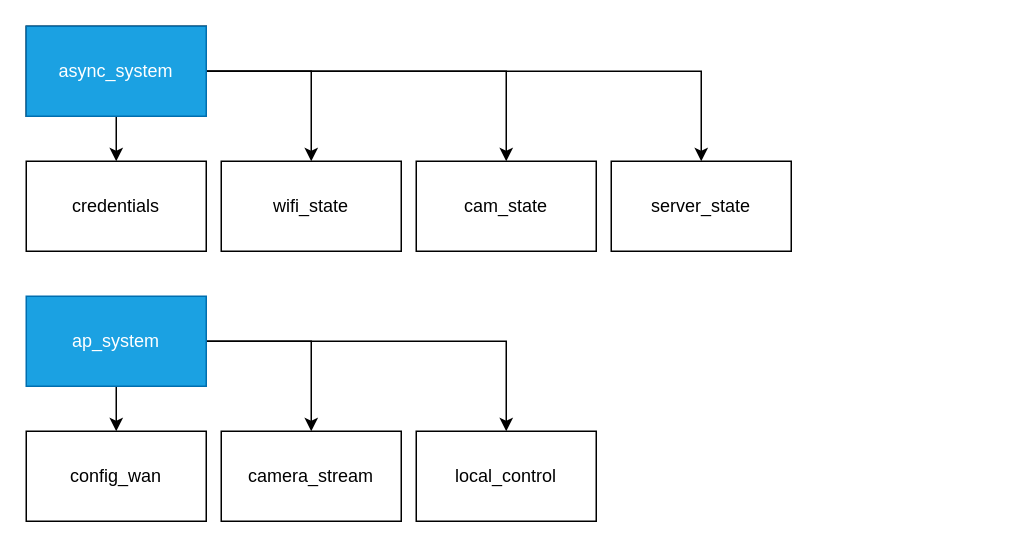
Before: design_files/asmon2021.drawio in marsex/workbench, a draw.io diagram. Source tidied: cells renumbered, new cells numbered last; positions are measured from the earlier drawing's top-left corner, leaving out a move shared by most shapes. Both pictures are drawn from the tidied source at 150%, with x=0, y=0 at pixel (26, 26).
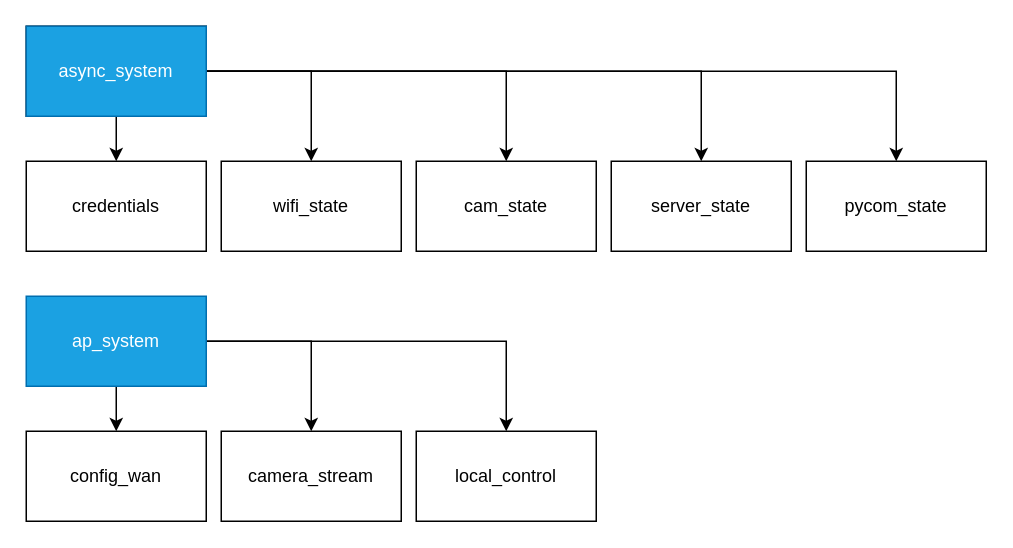
The same page after the edit.

The change refers to these unchanged cells:
```xml
<mxCell id="18" value="async_system" style="rounded=0;whiteSpace=wrap;html=1;fillColor=#1ba1e2;strokeColor=#006EAF;fontColor=#ffffff;" parent="1" vertex="1">
  <mxGeometry width="120" height="60" as="geometry" />
</mxCell>
```

Change to the diagram source:
```diff
@@
+    <mxCell id="19" style="edgeStyle=orthogonalEdgeStyle;rounded=0;jettySize=auto;html=1;" parent="1" edge="1" source="18" target="20">
+      <mxGeometry relative="1" as="geometry" />
+    </mxCell>
@@
+    <mxCell id="20" value="pycom_state" style="rounded=0;whiteSpace=wrap;html=1;" parent="1" vertex="1">
+      <mxGeometry x="520" y="90" width="120" height="60" as="geometry" />
+    </mxCell>
```
